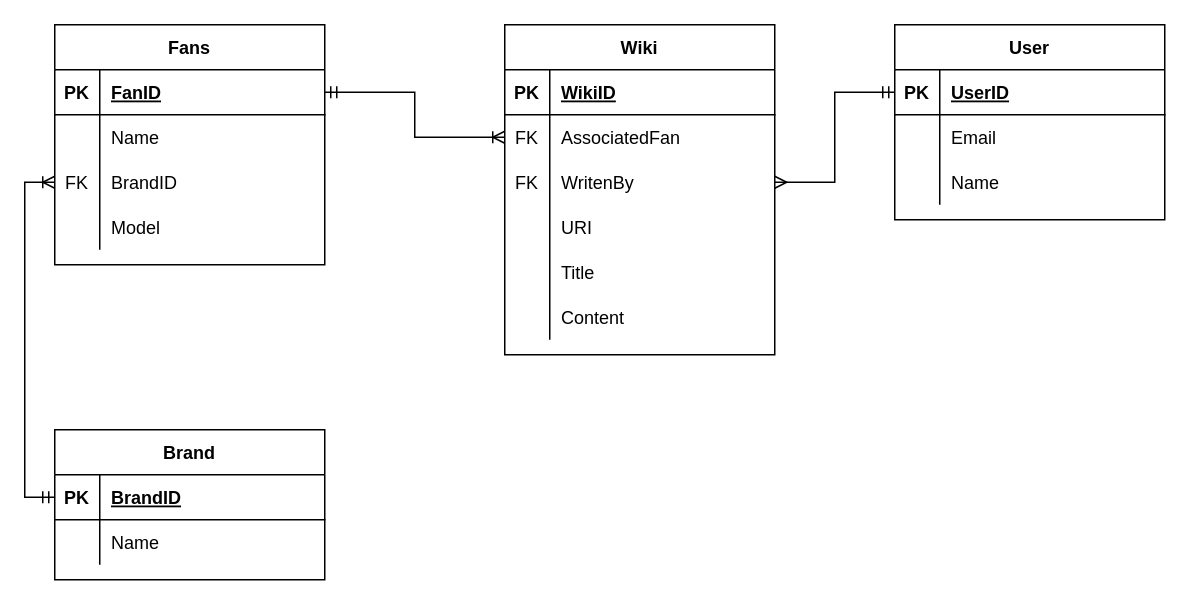
This is Database/ERD.drawio from WesselBBD/Grad-WebLevelUp, a draw.io file, before an edit. Source tidied: cells renumbered, new cells numbered last; positions are measured from the earlier drawing's top-left corner, leaving out a move shared by most shapes. Both pictures are drawn from the tidied source at 150%, with x=0, y=0 at pixel (54, 24).
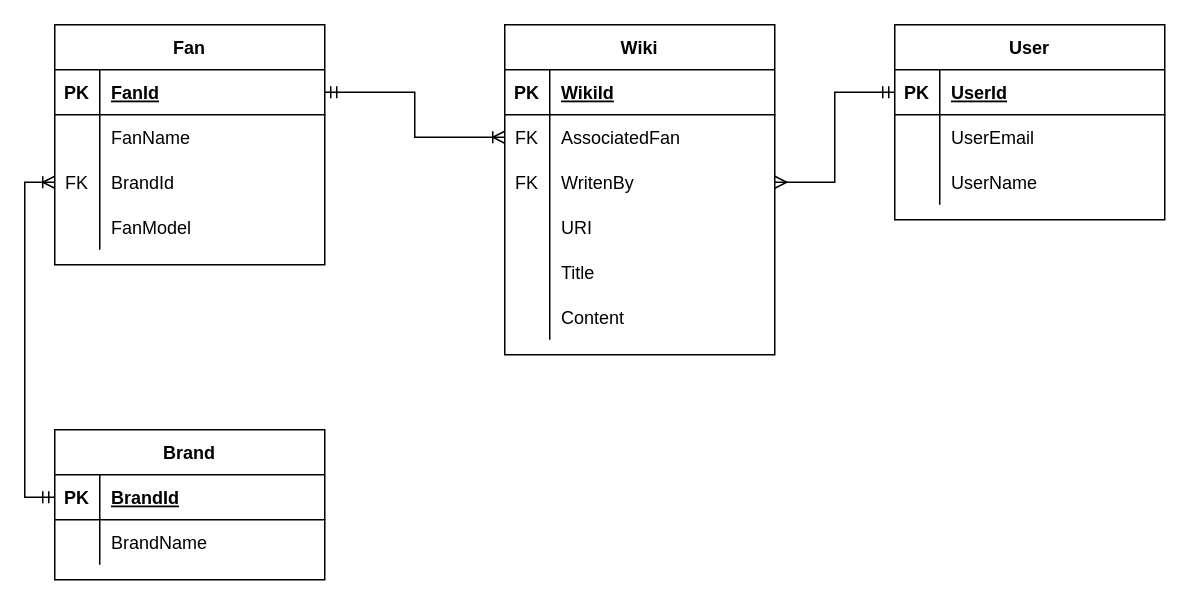
The same diagram, later.

The change refers to these unchanged cells:
```xml
<mxCell id="3" style="shape=tableRow;horizontal=0;startSize=0;swimlaneHead=0;swimlaneBody=0;fillColor=none;points=[[0,0.5],[1,0.5]];portConstraint=eastwest;top=0;left=0;right=0;bottom=1;" parent="2" vertex="1">
  <mxGeometry y="30" width="180" height="30" as="geometry" />
</mxCell>
<mxCell id="6" style="shape=tableRow;horizontal=0;startSize=0;swimlaneHead=0;swimlaneBody=0;fillColor=none;top=0;left=0;right=0;bottom=0;" parent="2" vertex="1">
  <mxGeometry y="60" width="180" height="30" as="geometry" />
</mxCell>
<mxCell id="9" style="shape=tableRow;horizontal=0;startSize=0;swimlaneHead=0;swimlaneBody=0;fillColor=none;top=0;left=0;right=0;bottom=0;" parent="2" vertex="1">
  <mxGeometry y="90" width="180" height="30" as="geometry" />
</mxCell>
<mxCell id="13" style="shape=tableRow;horizontal=0;startSize=0;swimlaneHead=0;swimlaneBody=0;fillColor=none;points=[[0,0.5],[1,0.5]];portConstraint=eastwest;top=0;left=0;right=0;bottom=1;" parent="12" vertex="1">
  <mxGeometry y="30" width="180" height="30" as="geometry" />
</mxCell>
<mxCell id="16" style="shape=tableRow;horizontal=0;startSize=0;swimlaneHead=0;swimlaneBody=0;fillColor=none;top=0;left=0;right=0;bottom=0;" parent="12" vertex="1">
  <mxGeometry y="60" width="180" height="30" as="geometry" />
</mxCell>
<mxCell id="19" style="shape=tableRow;horizontal=0;startSize=0;swimlaneHead=0;swimlaneBody=0;fillColor=none;points=[[0,0.5],[1,0.5]];portConstraint=eastwest;top=0;left=0;right=0;bottom=0;" parent="12" vertex="1">
  <mxGeometry y="90" width="180" height="30" as="geometry" />
</mxCell>
<mxCell id="22" style="shape=tableRow;horizontal=0;startSize=0;swimlaneHead=0;swimlaneBody=0;fillColor=none;top=0;left=0;right=0;bottom=0;" parent="12" vertex="1">
  <mxGeometry y="120" width="180" height="30" as="geometry" />
</mxCell>
<mxCell id="26" style="shape=tableRow;horizontal=0;startSize=0;swimlaneHead=0;swimlaneBody=0;fillColor=none;top=0;left=0;right=0;bottom=1;" parent="25" vertex="1">
  <mxGeometry y="30" width="180" height="30" as="geometry" />
</mxCell>
<mxCell id="45" style="shape=tableRow;horizontal=0;startSize=0;swimlaneHead=0;swimlaneBody=0;fillColor=none;points=[[0,0.5],[1,0.5]];portConstraint=eastwest;top=0;left=0;right=0;bottom=1;" parent="44" vertex="1">
  <mxGeometry y="30" width="180" height="30" as="geometry" />
</mxCell>
<mxCell id="48" style="shape=tableRow;horizontal=0;startSize=0;swimlaneHead=0;swimlaneBody=0;fillColor=none;top=0;left=0;right=0;bottom=0;" parent="44" vertex="1">
  <mxGeometry y="60" width="180" height="30" as="geometry" />
</mxCell>
```

The edit, as a diff of the source:
```diff
@@
-    <mxCell id="5" value="UserID" style="shape=partialRectangle;fillColor=none;top=0;left=0;bottom=0;right=0;align=left;spacingLeft=6;fontStyle=5;overflow=hidden;" parent="3" vertex="1">
+    <mxCell id="5" value="UserId" style="shape=partialRectangle;fillColor=none;top=0;left=0;bottom=0;right=0;align=left;spacingLeft=6;fontStyle=5;overflow=hidden;" parent="3" vertex="1">
       <mxGeometry x="30" width="150" height="30" as="geometry" />
     </mxCell>
@@
-    <mxCell id="8" value="Email" style="shape=partialRectangle;fillColor=none;top=0;left=0;bottom=0;right=0;align=left;spacingLeft=6;overflow=hidden;" parent="6" vertex="1">
+    <mxCell id="8" value="UserEmail" style="shape=partialRectangle;fillColor=none;top=0;left=0;bottom=0;right=0;align=left;spacingLeft=6;overflow=hidden;" parent="6" vertex="1">
       <mxGeometry x="30" width="150" height="30" as="geometry" />
     </mxCell>
@@
-    <mxCell id="11" value="Name" style="shape=partialRectangle;fillColor=none;top=0;left=0;bottom=0;right=0;align=left;spacingLeft=6;overflow=hidden;" parent="9" vertex="1">
+    <mxCell id="11" value="UserName" style="shape=partialRectangle;fillColor=none;top=0;left=0;bottom=0;right=0;align=left;spacingLeft=6;overflow=hidden;" parent="9" vertex="1">
       <mxGeometry x="30" width="150" height="30" as="geometry" />
     </mxCell>
-    <mxCell id="12" value="Fans" style="shape=table;startSize=30;childLayout=tableLayout;rowLines=0;fontStyle=1;align=center;" parent="1" vertex="1">
+    <mxCell id="12" value="Fan" style="shape=table;startSize=30;childLayout=tableLayout;rowLines=0;fontStyle=1;align=center;" parent="1" vertex="1">
       <mxGeometry width="180" height="160" as="geometry" />
     </mxCell>
@@
-    <mxCell id="15" value="FanID" style="shape=partialRectangle;fillColor=none;top=0;left=0;bottom=0;right=0;align=left;spacingLeft=6;fontStyle=5;overflow=hidden;" parent="13" vertex="1">
+    <mxCell id="15" value="FanId" style="shape=partialRectangle;fillColor=none;top=0;left=0;bottom=0;right=0;align=left;spacingLeft=6;fontStyle=5;overflow=hidden;" parent="13" vertex="1">
       <mxGeometry x="30" width="150" height="30" as="geometry" />
     </mxCell>
@@
-    <mxCell id="18" value="Name" style="shape=partialRectangle;fillColor=none;top=0;left=0;bottom=0;right=0;align=left;spacingLeft=6;overflow=hidden;" parent="16" vertex="1">
+    <mxCell id="18" value="FanName" style="shape=partialRectangle;fillColor=none;top=0;left=0;bottom=0;right=0;align=left;spacingLeft=6;overflow=hidden;" parent="16" vertex="1">
       <mxGeometry x="30" width="150" height="30" as="geometry" />
     </mxCell>
@@
-    <mxCell id="21" value="BrandID" style="shape=partialRectangle;fillColor=none;top=0;left=0;bottom=0;right=0;align=left;spacingLeft=6;overflow=hidden;" parent="19" vertex="1">
+    <mxCell id="21" value="BrandId" style="shape=partialRectangle;fillColor=none;top=0;left=0;bottom=0;right=0;align=left;spacingLeft=6;overflow=hidden;" parent="19" vertex="1">
       <mxGeometry x="30" width="150" height="30" as="geometry" />
     </mxCell>
@@
-    <mxCell id="24" value="Model" style="shape=partialRectangle;fillColor=none;top=0;left=0;bottom=0;right=0;align=left;spacingLeft=6;overflow=hidden;" parent="22" vertex="1">
+    <mxCell id="24" value="FanModel" style="shape=partialRectangle;fillColor=none;top=0;left=0;bottom=0;right=0;align=left;spacingLeft=6;overflow=hidden;" parent="22" vertex="1">
       <mxGeometry x="30" width="150" height="30" as="geometry" />
     </mxCell>
@@
-    <mxCell id="28" value="WikiID" style="shape=partialRectangle;fillColor=none;top=0;left=0;bottom=0;right=0;align=left;spacingLeft=6;fontStyle=5;overflow=hidden;" parent="26" vertex="1">
+    <mxCell id="28" value="WikiId" style="shape=partialRectangle;fillColor=none;top=0;left=0;bottom=0;right=0;align=left;spacingLeft=6;fontStyle=5;overflow=hidden;" parent="26" vertex="1">
       <mxGeometry x="30" width="150" height="30" as="geometry" />
     </mxCell>
@@
-    <mxCell id="47" value="BrandID" style="shape=partialRectangle;fillColor=none;top=0;left=0;bottom=0;right=0;align=left;spacingLeft=6;fontStyle=5;overflow=hidden;" parent="45" vertex="1">
+    <mxCell id="47" value="BrandId" style="shape=partialRectangle;fillColor=none;top=0;left=0;bottom=0;right=0;align=left;spacingLeft=6;fontStyle=5;overflow=hidden;" parent="45" vertex="1">
       <mxGeometry x="30" width="150" height="30" as="geometry" />
     </mxCell>
@@
-    <mxCell id="50" value="Name" style="shape=partialRectangle;fillColor=none;top=0;left=0;bottom=0;right=0;align=left;spacingLeft=6;overflow=hidden;" parent="48" vertex="1">
+    <mxCell id="50" value="BrandName" style="shape=partialRectangle;fillColor=none;top=0;left=0;bottom=0;right=0;align=left;spacingLeft=6;overflow=hidden;" parent="48" vertex="1">
       <mxGeometry x="30" width="150" height="30" as="geometry" />
     </mxCell>
```
